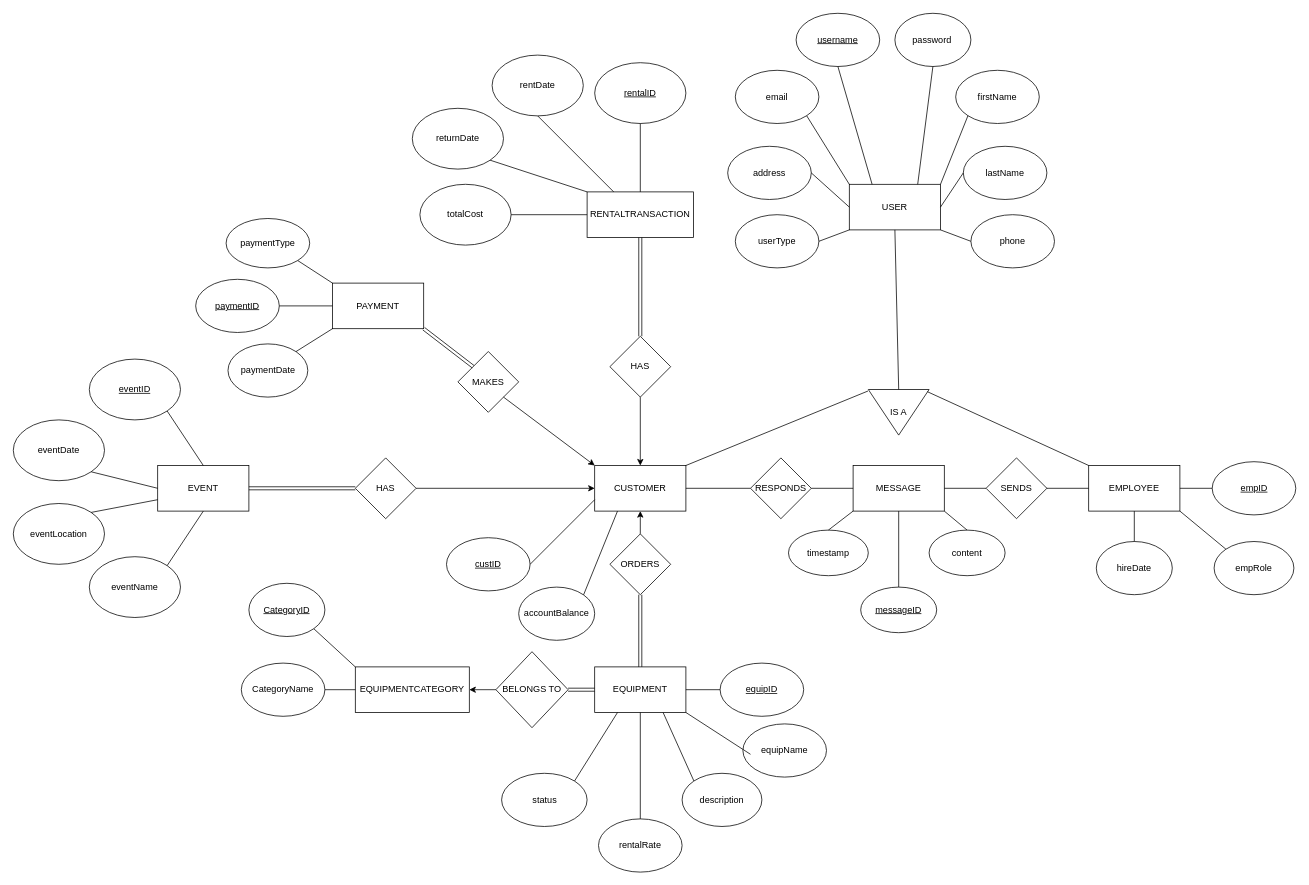
The draw.io diagram JJLA ERD.drawio in aaliade/JJLA-APProject, before the edit. Source tidied: cells renumbered, new cells numbered last; positions are measured from the earlier drawing's top-left corner, leaving out a move shared by most shapes. Both pictures are drawn from the tidied source at 76%, with x=0, y=0 at pixel (13, 13).
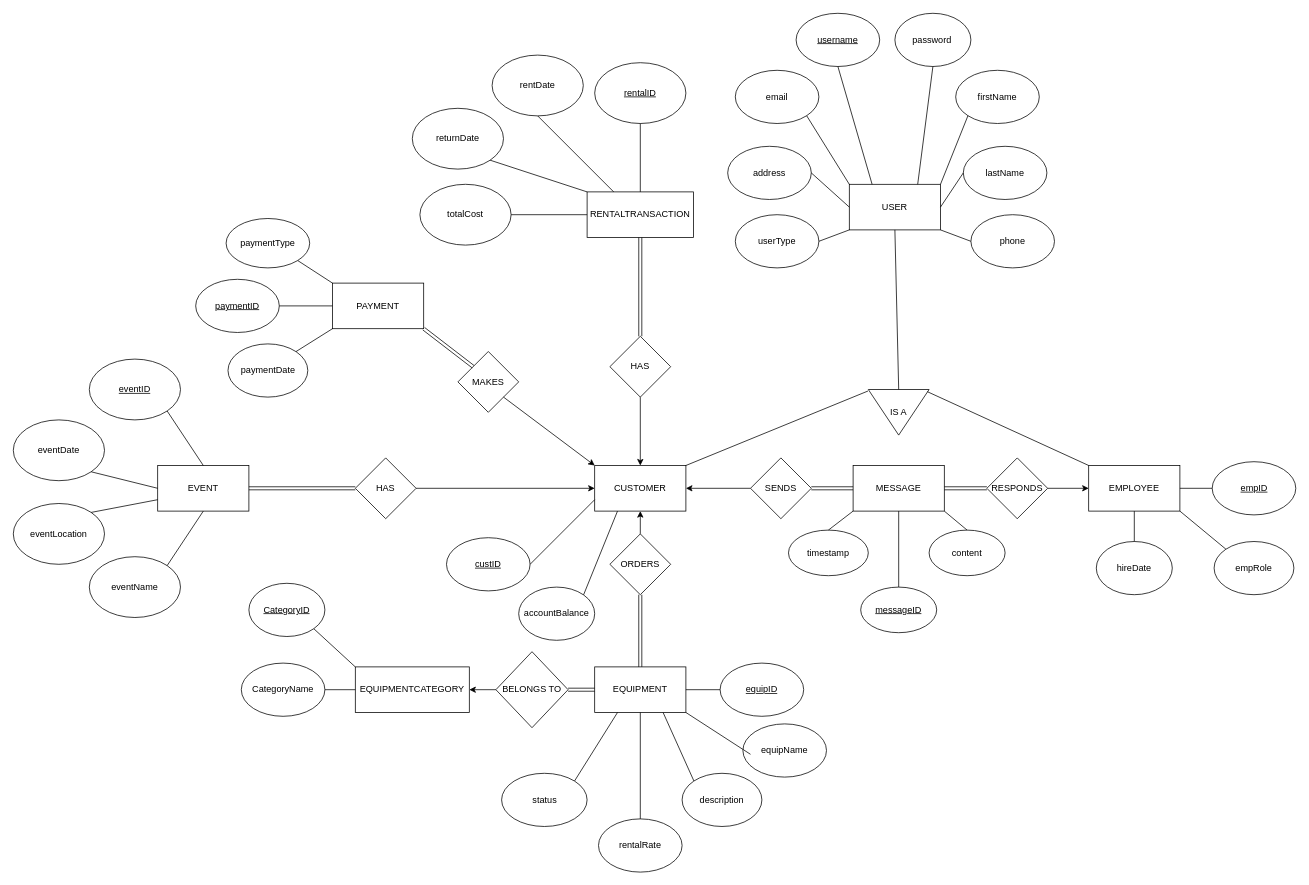
Above is the later version.

The change refers to these unchanged cells:
```xml
<mxCell id="5" value="CUSTOMER" style="rounded=0;whiteSpace=wrap;html=1;" parent="1" vertex="1">
  <mxGeometry x="765" y="595" width="120" height="60" as="geometry" />
</mxCell>
<mxCell id="6" value="EMPLOYEE" style="rounded=0;whiteSpace=wrap;html=1;" parent="1" vertex="1">
  <mxGeometry x="1415" y="595" width="120" height="60" as="geometry" />
</mxCell>
<mxCell id="50" value="MESSAGE" style="rounded=0;whiteSpace=wrap;html=1;" parent="1" vertex="1">
  <mxGeometry x="1105" y="595" width="120" height="60" as="geometry" />
</mxCell>
```

Diff of the diagram source:
```diff
@@
-    <mxCell id="46" value="RESPONDS" style="rhombus;whiteSpace=wrap;html=1;" parent="1" vertex="1">
+    <mxCell id="46" value="SENDS" style="rhombus;whiteSpace=wrap;html=1;" parent="1" vertex="1">
       <mxGeometry x="970" y="585" width="80" height="80" as="geometry" />
     </mxCell>
-    <mxCell id="47" style="endArrow=none;html=1;rounded=0;exitX=1;exitY=0.5;exitDx=0;exitDy=0;entryX=0;entryY=0.5;entryDx=0;entryDy=0;" parent="1" edge="1" source="5" target="46">
-      <mxGeometry relative="1" as="geometry" />
-    </mxCell>
-    <mxCell id="48" style="endArrow=none;html=1;rounded=0;entryX=0;entryY=0.5;entryDx=0;entryDy=0;exitX=1;exitY=0.5;exitDx=0;exitDy=0;" parent="1" edge="1" target="6">
-      <mxGeometry relative="1" as="geometry">
-        <mxPoint x="1355" y="625" as="sourcePoint" />
-      </mxGeometry>
-    </mxCell>
-    <mxCell id="49" value="SENDS" style="rhombus;whiteSpace=wrap;html=1;" parent="1" vertex="1">
-      <mxGeometry x="1280" y="585" width="80" height="80" as="geometry" />
+    <mxCell id="49" value="RESPONDS" style="rhombus;whiteSpace=wrap;html=1;" parent="1" vertex="1">
+      <mxGeometry x="1281" y="585" width="80" height="80" as="geometry" />
     </mxCell>
@@
-    <mxCell id="51" style="endArrow=none;html=1;rounded=0;exitX=1;exitY=0.5;exitDx=0;exitDy=0;entryX=0;entryY=0.5;entryDx=0;entryDy=0;" parent="1" edge="1" source="46" target="50">
-      <mxGeometry relative="1" as="geometry" />
-    </mxCell>
-    <mxCell id="52" style="endArrow=none;html=1;rounded=0;exitX=1;exitY=0.5;exitDx=0;exitDy=0;entryX=0;entryY=0.5;entryDx=0;entryDy=0;" parent="1" edge="1" source="50" target="49">
-      <mxGeometry relative="1" as="geometry" />
-    </mxCell>
@@
+    <mxCell id="51" style="shape=link;html=1;rounded=0;exitX=1;exitY=0.5;exitDx=0;exitDy=0;entryX=0;entryY=0.5;entryDx=0;entryDy=0;" parent="1" edge="1" source="46" target="50">
+      <mxGeometry relative="1" as="geometry" />
+    </mxCell>
+    <mxCell id="105" style="shape=link;html=1;rounded=0;entryX=1;entryY=0.5;entryDx=0;entryDy=0;exitX=0;exitY=0.5;exitDx=0;exitDy=0;" parent="1" edge="1" source="49" target="50">
+      <mxGeometry relative="1" as="geometry" />
+    </mxCell>
+    <mxCell id="106" style="endArrow=classic;html=1;rounded=0;entryX=1;entryY=0.5;entryDx=0;entryDy=0;exitX=0;exitY=0.5;exitDx=0;exitDy=0;" parent="1" edge="1" source="46" target="5">
+      <mxGeometry relative="1" as="geometry" />
+    </mxCell>
+    <mxCell id="107" style="endArrow=classic;html=1;rounded=0;entryX=0;entryY=0.5;entryDx=0;entryDy=0;exitX=1;exitY=0.5;exitDx=0;exitDy=0;" parent="1" edge="1" source="49" target="6">
+      <mxGeometry relative="1" as="geometry" />
+    </mxCell>
```
